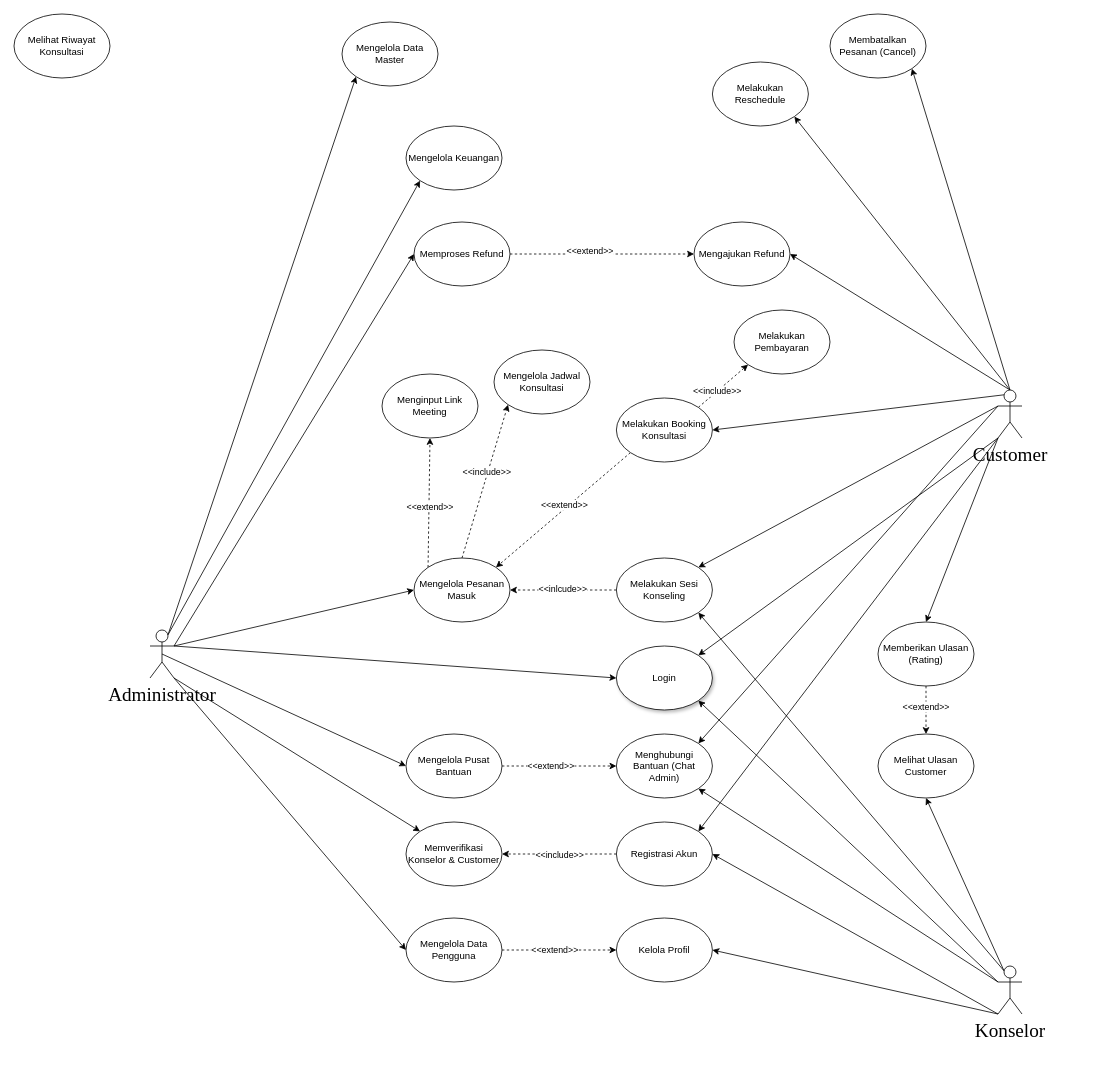
Earlier version of the draw.io diagram Use Case Diagram.drawio (UlulAzmiALatala/moodly-app). Source tidied: cells renumbered, new cells numbered last; positions are measured from the earlier drawing's top-left corner, leaving out a move shared by most shapes. Both pictures are drawn from the tidied source at 80%, with x=0, y=0 at pixel (14, 14).
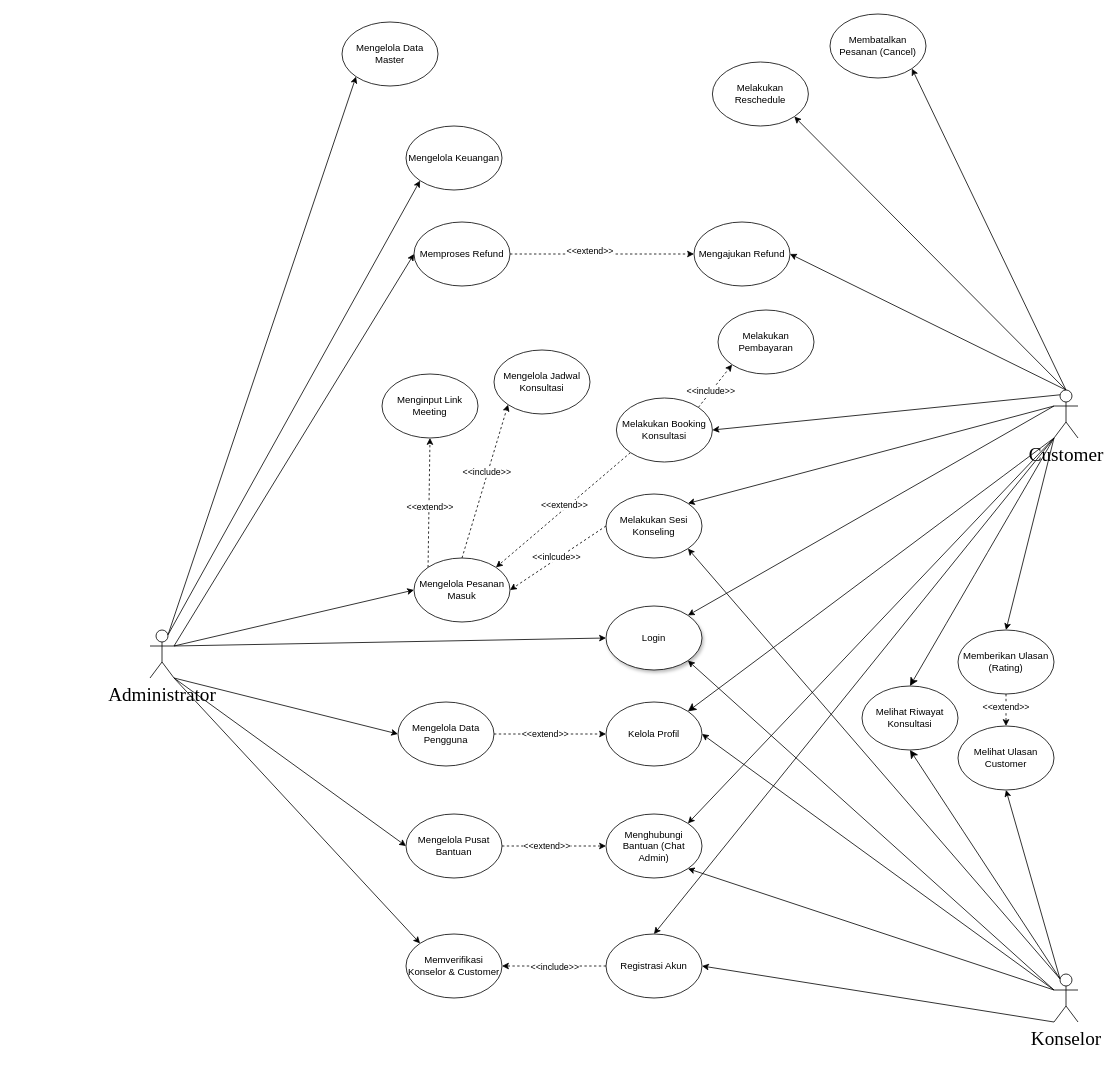
The same page after the edit.

The change refers to these unchanged cells:
```xml
<mxCell id="47" value="&lt;font face=&quot;Times New Roman&quot; style=&quot;font-size: 24px;&quot;&gt;Administrator&lt;/font&gt;" style="shape=umlActor;verticalLabelPosition=bottom;verticalAlign=top;html=1;outlineConnect=0;" parent="1" vertex="1">
  <mxGeometry x="170" y="770" width="30" height="60" as="geometry" />
</mxCell>
```

Change to the diagram source:
```diff
@@
-    <mxCell id="6" style="rounded=0;jettySize=auto;html=1;exitX=0;exitY=1;exitDx=0;exitDy=0;exitPerimeter=0;entryX=1;entryY=0;entryDx=0;entryDy=0;" parent="1" edge="1" source="11" target="12">
+    <mxCell id="6" style="rounded=0;jettySize=auto;html=1;exitX=0;exitY=0.3333333333333333;exitDx=0;exitDy=0;exitPerimeter=0;entryX=1;entryY=0;entryDx=0;entryDy=0;" parent="1" edge="1" source="11" target="12">
       <mxGeometry relative="1" as="geometry" />
     </mxCell>
-    <mxCell id="7" style="rounded=0;jettySize=auto;html=1;exitX=0;exitY=1;exitDx=0;exitDy=0;exitPerimeter=0;entryX=1;entryY=0;entryDx=0;entryDy=0;" parent="1" edge="1" source="11" target="16">
+    <mxCell id="7" style="rounded=0;jettySize=auto;html=1;exitX=0;exitY=1;exitDx=0;exitDy=0;exitPerimeter=0;entryX=0.5;entryY=0;entryDx=0;entryDy=0;" parent="1" edge="1" source="11" target="16">
       <mxGeometry relative="1" as="geometry" />
     </mxCell>
-    <mxCell id="8" style="rounded=0;jettySize=auto;html=1;entryX=1;entryY=0;entryDx=0;entryDy=0;" parent="1" edge="1" target="69">
-      <mxGeometry relative="1" as="geometry">
-        <mxPoint x="1230" y="490" as="sourcePoint" />
-      </mxGeometry>
+    <mxCell id="8" style="rounded=0;jettySize=auto;html=1;entryX=1;entryY=0;entryDx=0;entryDy=0;exitX=0;exitY=1;exitDx=0;exitDy=0;exitPerimeter=0;" parent="1" edge="1" source="11" target="69">
+      <mxGeometry relative="1" as="geometry" />
     </mxCell>
@@
+    <mxCell id="71" style="edgeStyle=none;curved=1;rounded=0;jettySize=auto;html=1;exitX=0;exitY=1;exitDx=0;exitDy=0;exitPerimeter=0;entryX=1;entryY=0;entryDx=0;entryDy=0;fontSize=12;startSize=8;endSize=8;" parent="1" edge="1" source="11" target="25">
+      <mxGeometry relative="1" as="geometry" />
+    </mxCell>
+    <mxCell id="72" style="edgeStyle=none;curved=1;rounded=0;jettySize=auto;html=1;exitX=0;exitY=1;exitDx=0;exitDy=0;exitPerimeter=0;entryX=0.5;entryY=0;entryDx=0;entryDy=0;fontSize=12;startSize=8;endSize=8;" parent="1" edge="1" source="11" target="50">
+      <mxGeometry relative="1" as="geometry" />
+    </mxCell>
     <mxCell id="11" value="&lt;font face=&quot;Times New Roman&quot; style=&quot;font-size: 24px;&quot;&gt;Customer&lt;/font&gt;" style="shape=umlActor;verticalLabelPosition=bottom;verticalAlign=top;html=1;outlineConnect=0;" parent="1" vertex="1">
-      <mxGeometry x="1230" y="470" width="30" height="60" as="geometry" />
+      <mxGeometry x="1300" y="470" width="30" height="60" as="geometry" />
     </mxCell>
     <mxCell id="12" value="Login" style="ellipse;whiteSpace=wrap;html=1;shadow=1;" parent="1" vertex="1">
-      <mxGeometry x="753" y="790" width="120" height="80" as="geometry" />
+      <mxGeometry x="740" y="740" width="120" height="80" as="geometry" />
     </mxCell>
@@
     <mxCell id="16" value="Registrasi Akun" style="ellipse;whiteSpace=wrap;html=1;" parent="1" vertex="1">
-      <mxGeometry x="753" y="1010" width="120" height="80" as="geometry" />
+      <mxGeometry x="740" y="1150" width="120" height="80" as="geometry" />
     </mxCell>
@@
     <mxCell id="24" value="&lt;p&gt;Melakukan Sesi Konseling&lt;/p&gt;" style="ellipse;whiteSpace=wrap;html=1;" parent="1" vertex="1">
-      <mxGeometry x="753" y="680" width="120" height="80" as="geometry" />
+      <mxGeometry x="740" y="600" width="120" height="80" as="geometry" />
     </mxCell>
     <mxCell id="25" value="Kelola Profil" style="ellipse;whiteSpace=wrap;html=1;" parent="1" vertex="1">
-      <mxGeometry x="753" y="1130" width="120" height="80" as="geometry" />
+      <mxGeometry x="740" y="860" width="120" height="80" as="geometry" />
     </mxCell>
     <mxCell id="26" value="Melakukan Pembayaran" style="ellipse;whiteSpace=wrap;html=1;" parent="1" vertex="1">
-      <mxGeometry x="900" y="370" width="120" height="80" as="geometry" />
+      <mxGeometry x="880" y="370" width="120" height="80" as="geometry" />
     </mxCell>
@@
     <mxCell id="30" value="Memberikan Ulasan (Rating)" style="ellipse;whiteSpace=wrap;html=1;" parent="1" vertex="1">
-      <mxGeometry x="1080" y="760" width="120" height="80" as="geometry" />
+      <mxGeometry x="1180" y="770" width="120" height="80" as="geometry" />
     </mxCell>
@@
-    <mxCell id="33" style="rounded=0;jettySize=auto;html=1;exitX=0;exitY=1;exitDx=0;exitDy=0;exitPerimeter=0;entryX=1;entryY=0.5;entryDx=0;entryDy=0;" parent="1" edge="1" source="38" target="25">
+    <mxCell id="33" style="rounded=0;jettySize=auto;html=1;exitX=0;exitY=0.3333333333333333;exitDx=0;exitDy=0;exitPerimeter=0;entryX=1;entryY=0.5;entryDx=0;entryDy=0;" parent="1" edge="1" source="38" target="25">
       <mxGeometry relative="1" as="geometry" />
     </mxCell>
@@
+    <mxCell id="73" style="edgeStyle=none;curved=1;rounded=0;jettySize=auto;html=1;exitX=0.25;exitY=0.1;exitDx=0;exitDy=0;exitPerimeter=0;entryX=0.5;entryY=1;entryDx=0;entryDy=0;fontSize=12;startSize=8;endSize=8;" parent="1" edge="1" source="38" target="50">
+      <mxGeometry relative="1" as="geometry" />
+    </mxCell>
     <mxCell id="38" value="&lt;font face=&quot;Times New Roman&quot; style=&quot;font-size: 24px;&quot;&gt;Konselor&lt;/font&gt;" style="shape=umlActor;verticalLabelPosition=bottom;verticalAlign=top;html=1;outlineConnect=0;" parent="1" vertex="1">
-      <mxGeometry x="1230" y="1190" width="30" height="60" as="geometry" />
+      <mxGeometry x="1300" y="1200" width="30" height="60" as="geometry" />
     </mxCell>
@@
-    <mxCell id="43" style="rounded=0;jettySize=auto;html=1;exitX=0.5;exitY=0.5;exitDx=0;exitDy=0;exitPerimeter=0;entryX=0;entryY=0.5;entryDx=0;entryDy=0;" parent="1" edge="1" source="47" target="64">
+    <mxCell id="43" style="rounded=0;jettySize=auto;html=1;exitX=1;exitY=1;exitDx=0;exitDy=0;exitPerimeter=0;entryX=0;entryY=0.5;entryDx=0;entryDy=0;" parent="1" edge="1" source="47" target="64">
       <mxGeometry relative="1" as="geometry" />
     </mxCell>
@@
     <mxCell id="48" value="Melihat Ulasan Customer" style="ellipse;whiteSpace=wrap;html=1;" parent="1" vertex="1">
-      <mxGeometry x="1080" y="900" width="120" height="80" as="geometry" />
+      <mxGeometry x="1180" y="890" width="120" height="80" as="geometry" />
     </mxCell>
@@
     <mxCell id="50" value="Melihat Riwayat Konsultasi" style="ellipse;whiteSpace=wrap;html=1;" parent="1" vertex="1">
-      <mxGeometry width="120" height="80" as="geometry" />
+      <mxGeometry x="1060" y="840" width="120" height="80" as="geometry" />
     </mxCell>
@@
     <mxCell id="53" value="Mengelola Data Pengguna" style="ellipse;whiteSpace=wrap;html=1;" parent="1" vertex="1">
-      <mxGeometry x="490" y="1130" width="120" height="80" as="geometry" />
+      <mxGeometry x="480" y="860" width="120" height="80" as="geometry" />
     </mxCell>
@@
     <mxCell id="61" value="Memverifikasi Konselor &amp;amp; Customer" style="ellipse;whiteSpace=wrap;html=1;" parent="1" vertex="1">
-      <mxGeometry x="490" y="1010" width="120" height="80" as="geometry" />
+      <mxGeometry x="490" y="1150" width="120" height="80" as="geometry" />
     </mxCell>
@@
     <mxCell id="64" value="Mengelola Pusat Bantuan" style="ellipse;whiteSpace=wrap;html=1;" parent="1" vertex="1">
-      <mxGeometry x="490" y="900" width="120" height="80" as="geometry" />
+      <mxGeometry x="490" y="1000" width="120" height="80" as="geometry" />
     </mxCell>
@@
     <mxCell id="69" value="Menghubungi Bantuan (Chat Admin)" style="ellipse;whiteSpace=wrap;html=1;" parent="1" vertex="1">
-      <mxGeometry x="753" y="900" width="120" height="80" as="geometry" />
+      <mxGeometry x="740" y="1000" width="120" height="80" as="geometry" />
     </mxCell>
```
